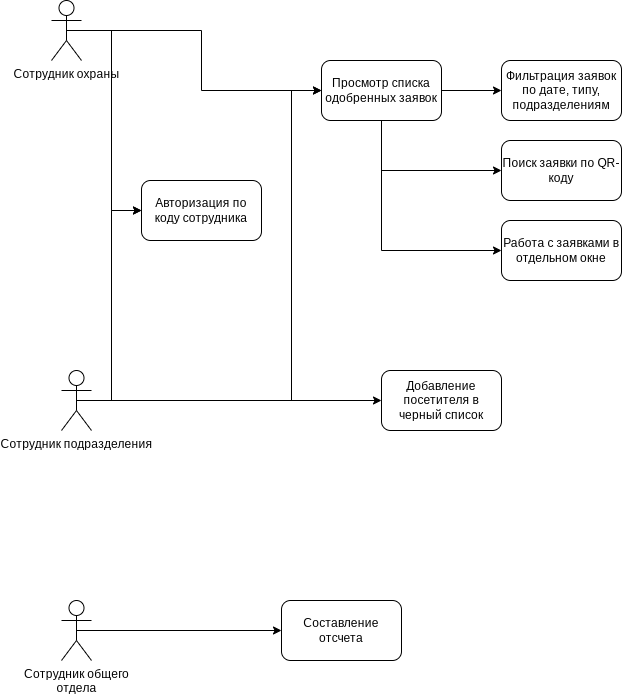
Before: Diagrams/Диаграма системы.png, a diagram exported from draw.io (LeeKoldun/StoopidGuardian). Source tidied: cells renumbered, new cells last; positions are measured from the earlier drawing's top-left corner, leaving out a move shared by most shapes. Source of this version:
```xml
<mxGraphModel>
  <root>
    <mxCell id="0" />
    <mxCell id="1" parent="0" />
    <mxCell id="2" style="edgeStyle=orthogonalEdgeStyle;rounded=0;jettySize=auto;html=1;exitX=0.5;exitY=0.5;exitDx=0;exitDy=0;exitPerimeter=0;entryX=0;entryY=0.5;entryDx=0;entryDy=0;" parent="1" edge="1" source="4" target="9">
      <mxGeometry relative="1" as="geometry" />
    </mxCell>
    <mxCell id="3" style="edgeStyle=orthogonalEdgeStyle;rounded=0;jettySize=auto;html=1;exitX=0.5;exitY=0.5;exitDx=0;exitDy=0;exitPerimeter=0;entryX=0;entryY=0.5;entryDx=0;entryDy=0;" parent="1" edge="1" source="4" target="5">
      <mxGeometry relative="1" as="geometry" />
    </mxCell>
    <mxCell id="4" value="Сотрудник охраны" style="shape=umlActor;verticalLabelPosition=bottom;verticalAlign=top;html=1;outlineConnect=0;" parent="1" vertex="1">
      <mxGeometry width="30" height="60" as="geometry" />
    </mxCell>
    <mxCell id="5" value="Авторизация по коду сотрудника" style="rounded=1;whiteSpace=wrap;html=1;" parent="1" vertex="1">
      <mxGeometry x="90" y="180" width="120" height="60" as="geometry" />
    </mxCell>
    <mxCell id="6" style="edgeStyle=orthogonalEdgeStyle;rounded=0;jettySize=auto;html=1;exitX=1;exitY=0.5;exitDx=0;exitDy=0;entryX=0;entryY=0.5;entryDx=0;entryDy=0;" parent="1" edge="1" source="9" target="10">
      <mxGeometry relative="1" as="geometry" />
    </mxCell>
    <mxCell id="7" style="edgeStyle=orthogonalEdgeStyle;rounded=0;jettySize=auto;html=1;exitX=0.5;exitY=1;exitDx=0;exitDy=0;entryX=0;entryY=0.5;entryDx=0;entryDy=0;" parent="1" edge="1" source="9" target="11">
      <mxGeometry relative="1" as="geometry" />
    </mxCell>
    <mxCell id="8" style="edgeStyle=orthogonalEdgeStyle;rounded=0;jettySize=auto;html=1;exitX=0.5;exitY=1;exitDx=0;exitDy=0;entryX=0;entryY=0.5;entryDx=0;entryDy=0;" parent="1" edge="1" source="9" target="12">
      <mxGeometry relative="1" as="geometry" />
    </mxCell>
    <mxCell id="9" value="Просмотр списка одобренных заявок" style="rounded=1;whiteSpace=wrap;html=1;" parent="1" vertex="1">
      <mxGeometry x="270" y="60" width="120" height="60" as="geometry" />
    </mxCell>
    <mxCell id="10" value="Фильтрация заявок по дате, типу, подразделениям" style="rounded=1;whiteSpace=wrap;html=1;" parent="1" vertex="1">
      <mxGeometry x="450" y="60" width="120" height="60" as="geometry" />
    </mxCell>
    <mxCell id="11" value="Поиск заявки по QR-коду" style="rounded=1;whiteSpace=wrap;html=1;" parent="1" vertex="1">
      <mxGeometry x="450" y="140" width="120" height="60" as="geometry" />
    </mxCell>
    <mxCell id="12" value="Работа с заявками в отдельном окне" style="rounded=1;whiteSpace=wrap;html=1;" parent="1" vertex="1">
      <mxGeometry x="450" y="220" width="120" height="60" as="geometry" />
    </mxCell>
    <mxCell id="13" style="edgeStyle=orthogonalEdgeStyle;rounded=0;jettySize=auto;html=1;exitX=0.5;exitY=0.5;exitDx=0;exitDy=0;exitPerimeter=0;entryX=0;entryY=0.5;entryDx=0;entryDy=0;" parent="1" edge="1" source="16" target="9">
      <mxGeometry relative="1" as="geometry">
        <Array as="points">
          <mxPoint x="240" y="400" />
          <mxPoint x="240" y="90" />
        </Array>
      </mxGeometry>
    </mxCell>
    <mxCell id="14" style="edgeStyle=orthogonalEdgeStyle;rounded=0;jettySize=auto;html=1;exitX=0.5;exitY=0.5;exitDx=0;exitDy=0;exitPerimeter=0;" parent="1" edge="1" source="16">
      <mxGeometry relative="1" as="geometry">
        <mxPoint x="90" y="210" as="targetPoint" />
        <Array as="points">
          <mxPoint x="60" y="400" />
          <mxPoint x="60" y="210" />
        </Array>
      </mxGeometry>
    </mxCell>
    <mxCell id="15" style="edgeStyle=orthogonalEdgeStyle;rounded=0;jettySize=auto;html=1;exitX=0.5;exitY=0.5;exitDx=0;exitDy=0;exitPerimeter=0;entryX=0;entryY=0.5;entryDx=0;entryDy=0;" parent="1" edge="1" source="16" target="17">
      <mxGeometry relative="1" as="geometry" />
    </mxCell>
    <mxCell id="16" value="Сотрудник подразделения" style="shape=umlActor;verticalLabelPosition=bottom;verticalAlign=top;html=1;outlineConnect=0;" parent="1" vertex="1">
      <mxGeometry x="10" y="370" width="30" height="60" as="geometry" />
    </mxCell>
    <mxCell id="17" value="Добавление посетителя в черный список" style="rounded=1;whiteSpace=wrap;html=1;" parent="1" vertex="1">
      <mxGeometry x="330" y="370" width="120" height="60" as="geometry" />
    </mxCell>
    <mxCell id="18" style="edgeStyle=orthogonalEdgeStyle;rounded=0;jettySize=auto;html=1;exitX=0.5;exitY=0.5;exitDx=0;exitDy=0;exitPerimeter=0;entryX=0;entryY=0.5;entryDx=0;entryDy=0;" parent="1" edge="1" source="19" target="20">
      <mxGeometry relative="1" as="geometry" />
    </mxCell>
    <mxCell id="19" value="Сотрудник общего&lt;br&gt;отдела" style="shape=umlActor;verticalLabelPosition=bottom;verticalAlign=top;html=1;outlineConnect=0;" parent="1" vertex="1">
      <mxGeometry x="10" y="600" width="30" height="60" as="geometry" />
    </mxCell>
    <mxCell id="20" value="Составление отсчета" style="rounded=1;whiteSpace=wrap;html=1;" parent="1" vertex="1">
      <mxGeometry x="230" y="600" width="120" height="60" as="geometry" />
    </mxCell>
  </root>
</mxGraphModel>
```
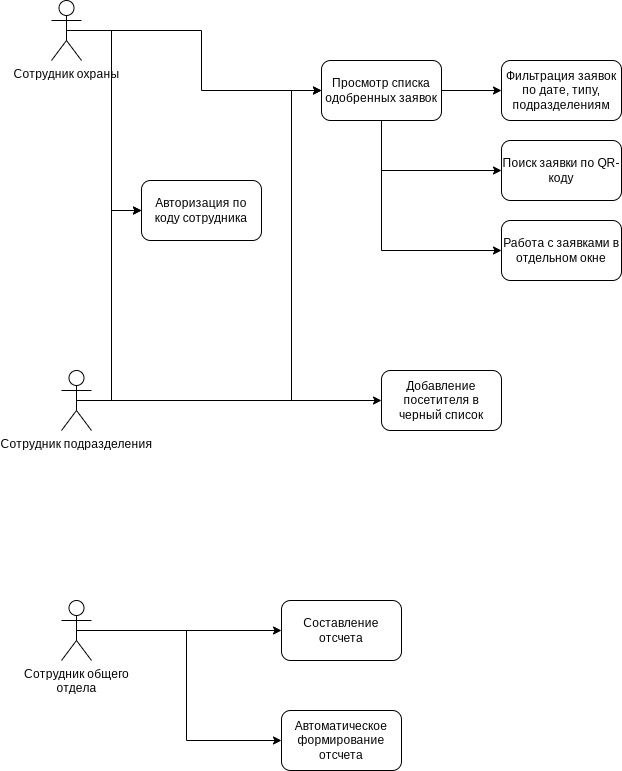
Later version of the same file.

Commit message:
Diagram of system

What changed in the source:
```diff
@@ -64,11 +64,17 @@
     <mxCell id="18" style="edgeStyle=orthogonalEdgeStyle;rounded=0;jettySize=auto;html=1;exitX=0.5;exitY=0.5;exitDx=0;exitDy=0;exitPerimeter=0;entryX=0;entryY=0.5;entryDx=0;entryDy=0;" parent="1" edge="1" source="19" target="20">
       <mxGeometry relative="1" as="geometry" />
     </mxCell>
+    <mxCell id="21" style="edgeStyle=orthogonalEdgeStyle;rounded=0;jettySize=auto;html=1;exitX=0.5;exitY=0.5;exitDx=0;exitDy=0;exitPerimeter=0;entryX=0;entryY=0.5;entryDx=0;entryDy=0;" parent="1" edge="1" source="19" target="22">
+      <mxGeometry relative="1" as="geometry" />
+    </mxCell>
     <mxCell id="19" value="Сотрудник общего&lt;br&gt;отдела" style="shape=umlActor;verticalLabelPosition=bottom;verticalAlign=top;html=1;outlineConnect=0;" parent="1" vertex="1">
       <mxGeometry x="10" y="600" width="30" height="60" as="geometry" />
     </mxCell>
     <mxCell id="20" value="Составление отсчета" style="rounded=1;whiteSpace=wrap;html=1;" parent="1" vertex="1">
       <mxGeometry x="230" y="600" width="120" height="60" as="geometry" />
     </mxCell>
+    <mxCell id="22" value="Автоматическое формирование отсчета" style="rounded=1;whiteSpace=wrap;html=1;" parent="1" vertex="1">
+      <mxGeometry x="230" y="710" width="120" height="60" as="geometry" />
+    </mxCell>
   </root>
 </mxGraphModel>
```
